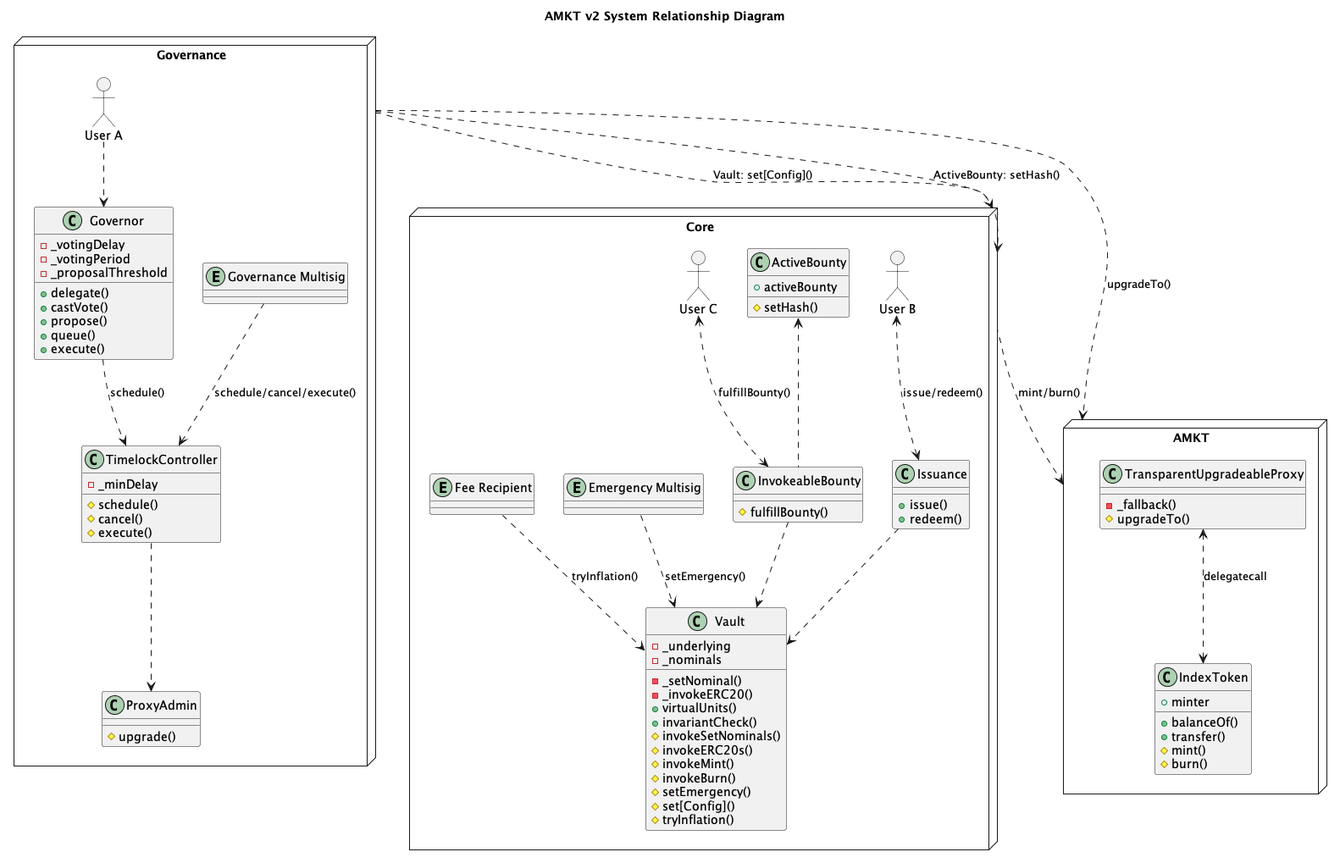
Before: misc/diagrams/system.png, a diagram exported from PlantUML (Alongside-Finance/amkt-v2). The source it was exported from:
```plantuml
@startuml system
title AMKT v2 System Relationship Diagram
allow_mixing
node Governance {
    class TimelockController {
        -_minDelay
        #schedule()
        #cancel()
        #execute()
    }
    class Governor {
        -_votingDelay
        -_votingPeriod
        -_proposalThreshold
        +delegate()
        +castVote()
        +propose()
        +queue()
        +execute()
    }
    class ProxyAdmin {
        #upgrade()
    }
    entity "Governance Multisig"
    actor "User A"
}

node Core {
    class Vault {
        -_underlying
        -_nominals
        -_setNominal()
        -_invokeERC20()
        +virtualUnits()
        +invariantCheck()
        #invokeSetNominals()
        #invokeERC20s()
        #invokeMint()
        #invokeBurn()
        #setEmergency()
        #set[Config]()
        #tryInflation()
    }

    class InvokeableBounty {
        #fulfillBounty()
    }

    class ActiveBounty {
        +activeBounty
        #setHash()
    }

    class Issuance {
        +issue()
        +redeem()
    }
    actor "User B"
    actor "User C"
    entity "Emergency Multisig"
    entity "Fee Recipient"
}


node AMKT {
    class TransparentUpgradeableProxy {
        -_fallback()
        #upgradeTo()
    }
    class IndexToken {
        +minter
        +balanceOf()
        +transfer()
        #mint()
        #burn()
    }
}


"User A" ..> Governor
Governor ..> TimelockController: schedule()
TimelockController ..> ProxyAdmin
"Governance Multisig" ..> TimelockController: schedule/cancel/execute()

"User B" <..> Issuance: issue/redeem()
"User C" <..> InvokeableBounty: fulfillBounty()
Issuance ..> Vault
InvokeableBounty ..> Vault
ActiveBounty <.. InvokeableBounty
"Emergency Multisig" ..> Vault: setEmergency()
"Fee Recipient" ..> Vault: tryInflation()

TransparentUpgradeableProxy <..> IndexToken: delegatecall

Governance ..> Core: Vault: set[Config]()
Governance ..> Core: ActiveBounty: setHash()
Core ..> AMKT: mint/burn()
Governance ..> AMKT: upgradeTo()
@enduml
```
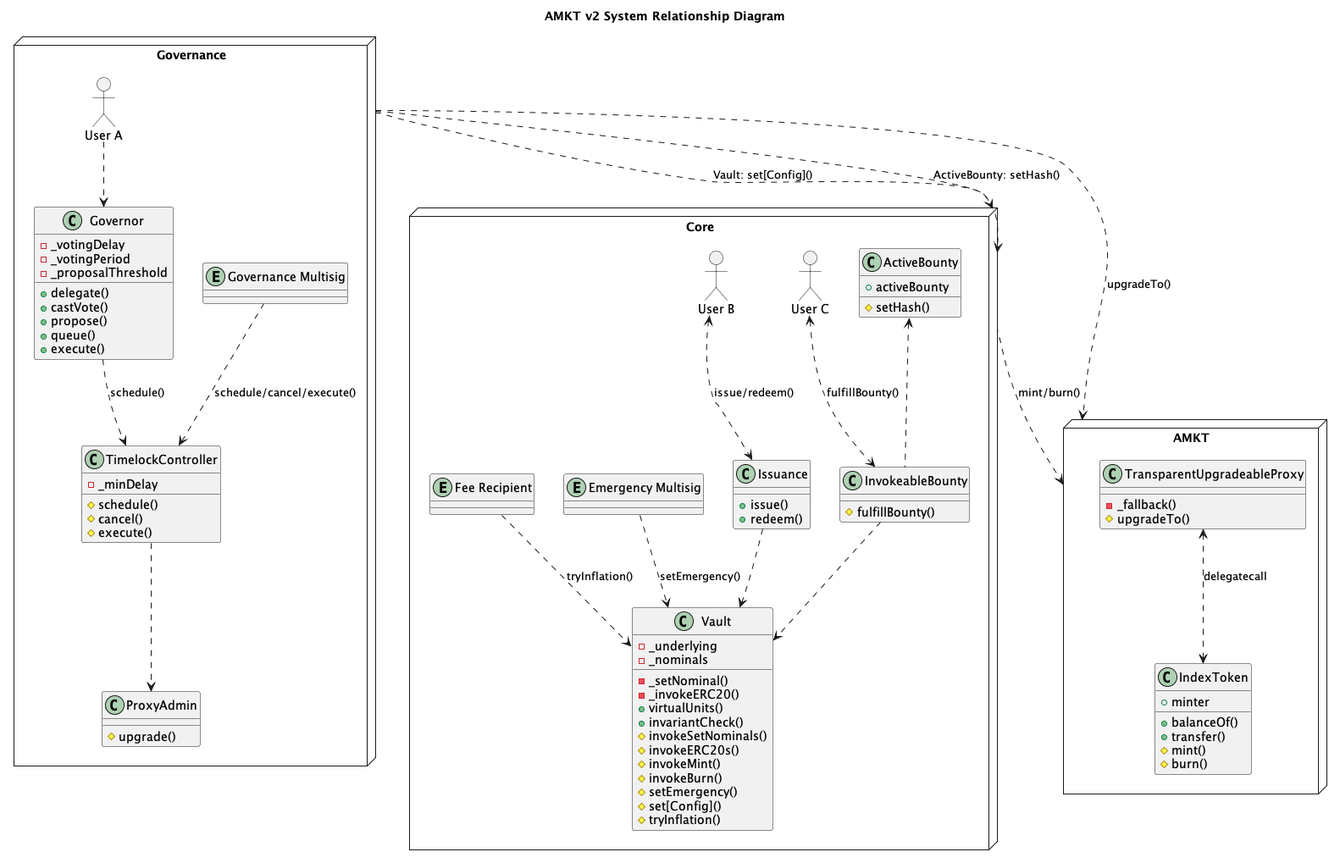
The same file after the commit.

The edit, as a diff of the source:
```diff
@@ -55,8 +55,8 @@
         +issue()
         +redeem()
     }
+    actor "User C"
     actor "User B"
-    actor "User C"
     entity "Emergency Multisig"
     entity "Fee Recipient"
 }
@@ -82,8 +82,8 @@
 TimelockController ..> ProxyAdmin
 "Governance Multisig" ..> TimelockController: schedule/cancel/execute()
 
+"User C" <..> InvokeableBounty: fulfillBounty()
 "User B" <..> Issuance: issue/redeem()
-"User C" <..> InvokeableBounty: fulfillBounty()
 Issuance ..> Vault
 InvokeableBounty ..> Vault
 ActiveBounty <.. InvokeableBounty
```
